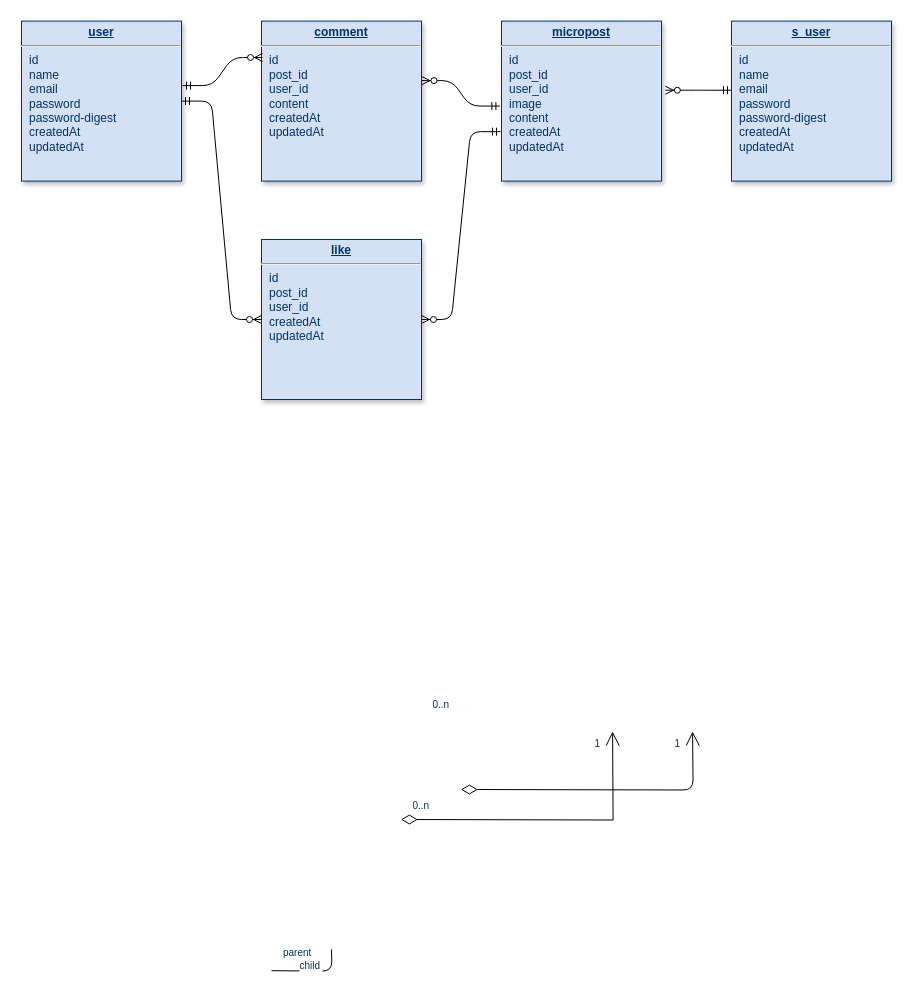
Above: Untitled Diagram.drawio in Seiwa-Edu/rails_docker (draw.io), before the change. Source tidied: cells renumbered, new cells numbered last; positions are measured from the earlier drawing's top-left corner, leaving out a move shared by most shapes. Both pictures are drawn from the tidied source at 100%, with x=0, y=0 at pixel (21, 21).
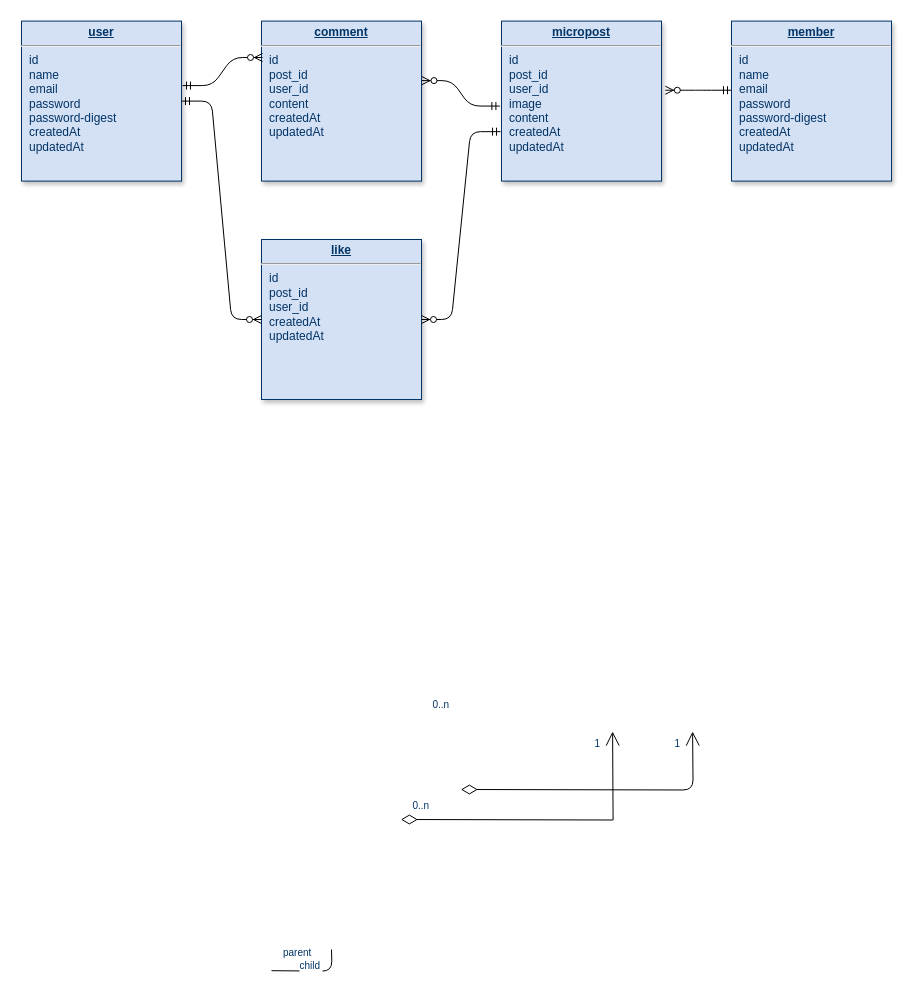
After the change.

Change to the diagram source:
```diff
@@
-    <mxCell id="13" value="&lt;p style=&quot;margin: 0px ; margin-top: 4px ; text-align: center ; text-decoration: underline&quot;&gt;&lt;b&gt;s_user&lt;/b&gt;&lt;/p&gt;&lt;hr&gt;&lt;p style=&quot;margin: 0px ; margin-left: 8px&quot;&gt;id&lt;/p&gt;&lt;p style=&quot;margin: 0px ; margin-left: 8px&quot;&gt;name&lt;/p&gt;&lt;p style=&quot;margin: 0px ; margin-left: 8px&quot;&gt;email&lt;/p&gt;&lt;p style=&quot;margin: 0px ; margin-left: 8px&quot;&gt;password&lt;/p&gt;&lt;p style=&quot;margin: 0px ; margin-left: 8px&quot;&gt;password-digest&lt;br&gt;&lt;/p&gt;&lt;p style=&quot;margin: 0px ; margin-left: 8px&quot;&gt;createdAt&lt;/p&gt;&lt;p style=&quot;margin: 0px ; margin-left: 8px&quot;&gt;updatedAt&lt;/p&gt;" style="verticalAlign=top;align=left;overflow=fill;fontSize=12;fontFamily=Helvetica;html=1;strokeColor=#003366;shadow=1;fillColor=#D4E1F5;fontColor=#003366;" parent="1" vertex="1">
+    <mxCell id="13" value="&lt;p style=&quot;margin: 0px ; margin-top: 4px ; text-align: center ; text-decoration: underline&quot;&gt;&lt;b&gt;member&lt;/b&gt;&lt;/p&gt;&lt;hr&gt;&lt;p style=&quot;margin: 0px ; margin-left: 8px&quot;&gt;id&lt;/p&gt;&lt;p style=&quot;margin: 0px ; margin-left: 8px&quot;&gt;name&lt;/p&gt;&lt;p style=&quot;margin: 0px ; margin-left: 8px&quot;&gt;email&lt;/p&gt;&lt;p style=&quot;margin: 0px ; margin-left: 8px&quot;&gt;password&lt;/p&gt;&lt;p style=&quot;margin: 0px ; margin-left: 8px&quot;&gt;password-digest&lt;br&gt;&lt;/p&gt;&lt;p style=&quot;margin: 0px ; margin-left: 8px&quot;&gt;createdAt&lt;/p&gt;&lt;p style=&quot;margin: 0px ; margin-left: 8px&quot;&gt;updatedAt&lt;/p&gt;" style="verticalAlign=top;align=left;overflow=fill;fontSize=12;fontFamily=Helvetica;html=1;strokeColor=#003366;shadow=1;fillColor=#D4E1F5;fontColor=#003366;" parent="1" vertex="1">
       <mxGeometry x="710" y="-0.4" width="160" height="160" as="geometry" />
     </mxCell>
```
